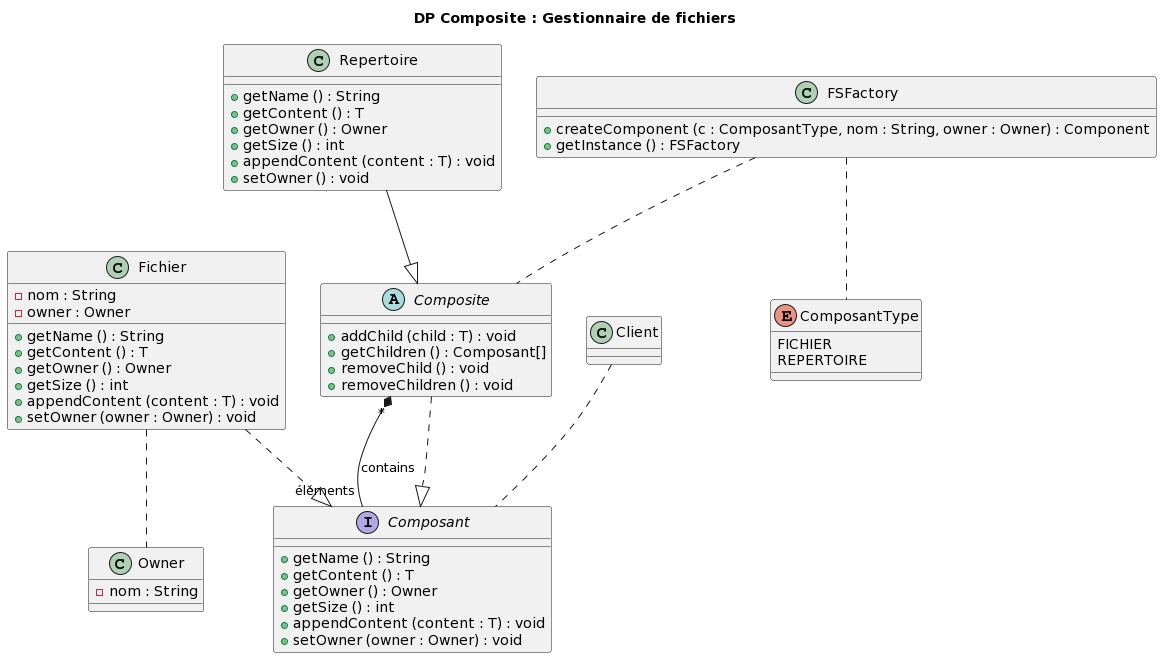
Before: lib/class-diagram1.png, a diagram exported from PlantUML (elodie-saintaubin/MAPC-TD2).
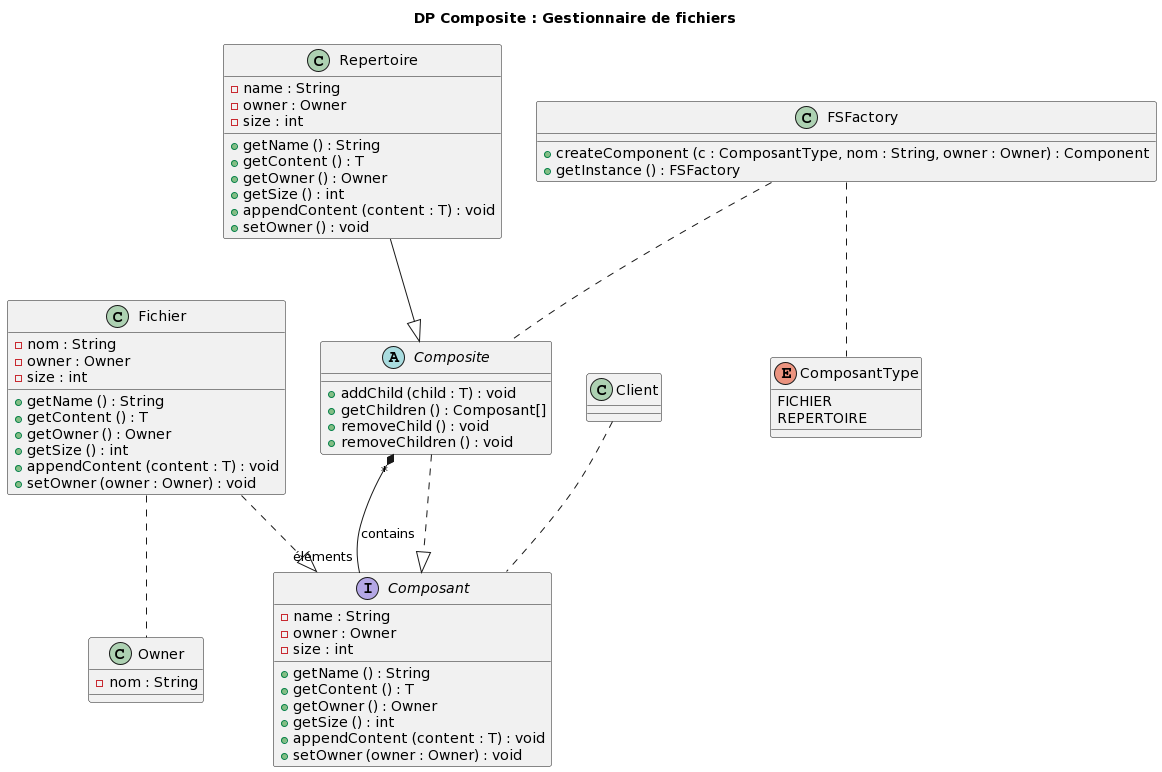
Above is the later version.

The edit, as a diff of the source:
```diff
@@ -4,6 +4,9 @@
 class Client {}
 
 interface Composant {
+ - name : String
+ - owner : Owner
+ - size : int
  + getName () : String
  + getContent () : T
  + getOwner () : Owner
@@ -15,6 +18,7 @@
 class Fichier {
  - nom : String
  - owner : Owner
+ - size : int
  + getName () : String
  + getContent () : T
  + getOwner () : Owner
@@ -35,6 +39,9 @@
 }
 
 class Repertoire {
+ - name : String
+ - owner : Owner
+ - size : int
  + getName () : String
  + getContent () : T
  + getOwner () : Owner
```
